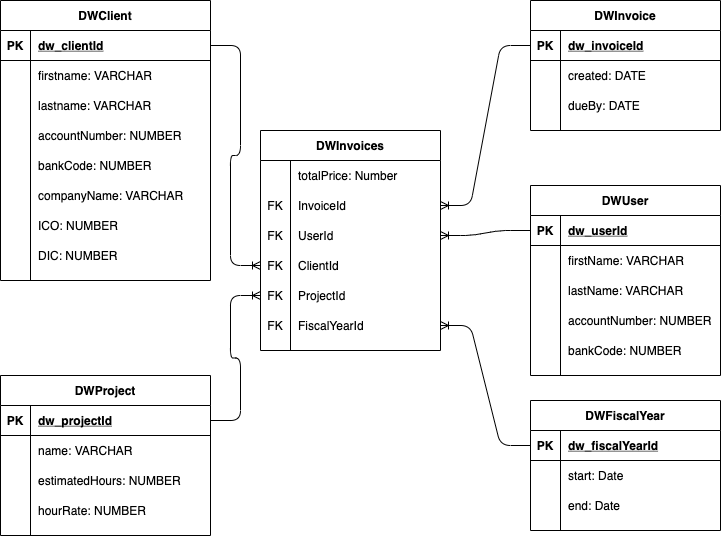
RomanAuersvald/DORDB keeps this draw.io diagram as er-warehouse.png. Above is the earlier version. Source tidied: cells renumbered, new cells last; positions are measured from the earlier drawing's top-left corner, leaving out a move shared by most shapes.
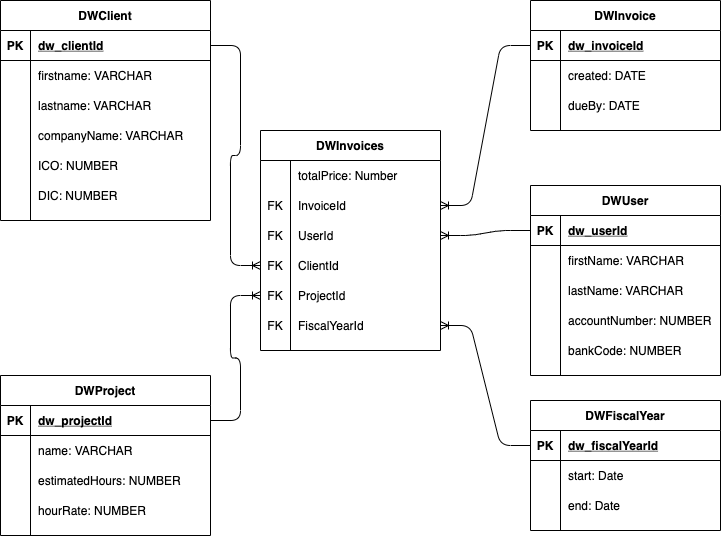
The same diagram one commit later.

Commit message:
update dw schema, dw script

What changed in the source:
```diff
@@ -102,7 +102,7 @@
       <mxGeometry x="30" width="180" height="30" as="geometry" />
     </mxCell>
     <mxCell id="35" value="DWClient" style="shape=table;startSize=30;rowLines=0;fontStyle=1;align=center;" parent="1" vertex="1">
-      <mxGeometry width="210" height="280" as="geometry" />
+      <mxGeometry width="210" height="220" as="geometry" />
     </mxCell>
     <mxCell id="36" style="shape=partialRectangle;fillColor=none;top=0;left=0;bottom=1;right=0;points=[[0,0.5],[1,0.5]];portConstraint=eastwest;" parent="35" vertex="1">
       <mxGeometry y="30" width="210" height="30" as="geometry" />
@@ -131,26 +131,8 @@
     <mxCell id="44" value="lastname: VARCHAR" style="shape=partialRectangle;fillColor=none;top=0;left=0;bottom=0;right=0;align=left;spacingLeft=6;overflow=hidden;" parent="42" vertex="1">
       <mxGeometry x="30" width="180" height="30" as="geometry" />
     </mxCell>
-    <mxCell id="45" style="shape=partialRectangle;fillColor=none;top=0;left=0;bottom=0;right=0;" parent="35" vertex="1">
-      <mxGeometry y="120" width="210" height="30" as="geometry" />
-    </mxCell>
-    <mxCell id="46" style="shape=partialRectangle;fillColor=none;top=0;left=0;bottom=0;right=0;overflow=hidden;" parent="45" vertex="1">
-      <mxGeometry width="30" height="30" as="geometry" />
-    </mxCell>
-    <mxCell id="47" value="accountNumber: NUMBER" style="shape=partialRectangle;fillColor=none;top=0;left=0;bottom=0;right=0;align=left;spacingLeft=6;overflow=hidden;" parent="45" vertex="1">
-      <mxGeometry x="30" width="180" height="30" as="geometry" />
-    </mxCell>
-    <mxCell id="48" style="shape=partialRectangle;fillColor=none;top=0;left=0;bottom=0;right=0;" parent="35" vertex="1">
-      <mxGeometry y="150" width="210" height="30" as="geometry" />
-    </mxCell>
-    <mxCell id="49" style="shape=partialRectangle;fillColor=none;top=0;left=0;bottom=0;right=0;overflow=hidden;" parent="48" vertex="1">
-      <mxGeometry width="30" height="30" as="geometry" />
-    </mxCell>
-    <mxCell id="50" value="bankCode: NUMBER" style="shape=partialRectangle;fillColor=none;top=0;left=0;bottom=0;right=0;align=left;spacingLeft=6;overflow=hidden;" parent="48" vertex="1">
-      <mxGeometry x="30" width="180" height="30" as="geometry" />
-    </mxCell>
     <mxCell id="51" style="shape=partialRectangle;fillColor=none;top=0;left=0;bottom=0;right=0;" parent="35" vertex="1">
-      <mxGeometry y="180" width="210" height="30" as="geometry" />
+      <mxGeometry y="120" width="210" height="30" as="geometry" />
     </mxCell>
     <mxCell id="52" style="shape=partialRectangle;fillColor=none;top=0;left=0;bottom=0;right=0;overflow=hidden;" parent="51" vertex="1">
       <mxGeometry width="30" height="30" as="geometry" />
@@ -159,7 +141,7 @@
       <mxGeometry x="30" width="180" height="30" as="geometry" />
     </mxCell>
     <mxCell id="54" style="shape=partialRectangle;fillColor=none;top=0;left=0;bottom=0;right=0;" parent="35" vertex="1">
-      <mxGeometry y="210" width="210" height="30" as="geometry" />
+      <mxGeometry y="150" width="210" height="30" as="geometry" />
     </mxCell>
     <mxCell id="55" style="shape=partialRectangle;fillColor=none;top=0;left=0;bottom=0;right=0;overflow=hidden;" parent="54" vertex="1">
       <mxGeometry width="30" height="30" as="geometry" />
@@ -168,7 +150,7 @@
       <mxGeometry x="30" width="180" height="30" as="geometry" />
     </mxCell>
     <mxCell id="57" style="shape=partialRectangle;fillColor=none;top=0;left=0;bottom=0;right=0;" parent="35" vertex="1">
-      <mxGeometry y="240" width="210" height="30" as="geometry" />
+      <mxGeometry y="180" width="210" height="30" as="geometry" />
     </mxCell>
     <mxCell id="58" style="shape=partialRectangle;fillColor=none;top=0;left=0;bottom=0;right=0;overflow=hidden;" parent="57" vertex="1">
       <mxGeometry width="30" height="30" as="geometry" />
```
